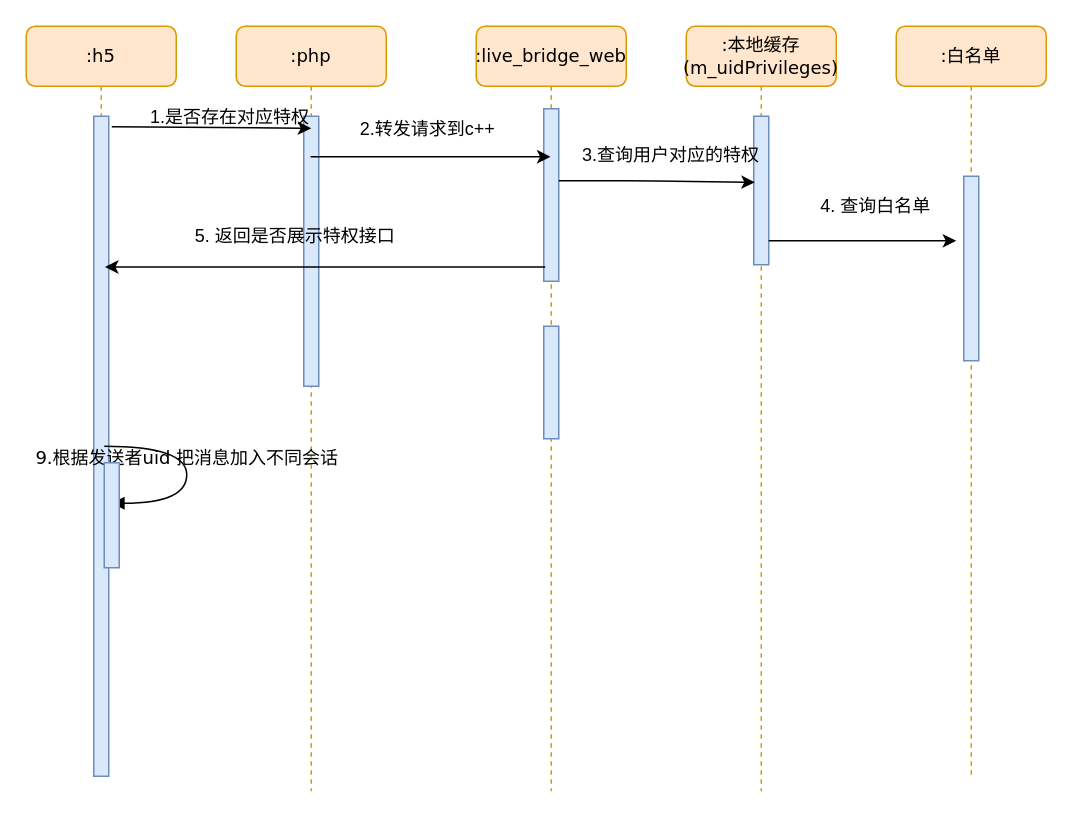
Earlier version of the draw.io diagram arch/live/Copy of initSalesSessions.drawio (zhangchuhu/drawio). Source tidied: cells renumbered, new cells numbered last; positions are measured from the earlier drawing's top-left corner, leaving out a move shared by most shapes. Both pictures are drawn from the tidied source at 150%, with x=0, y=0 at pixel (26, 26).
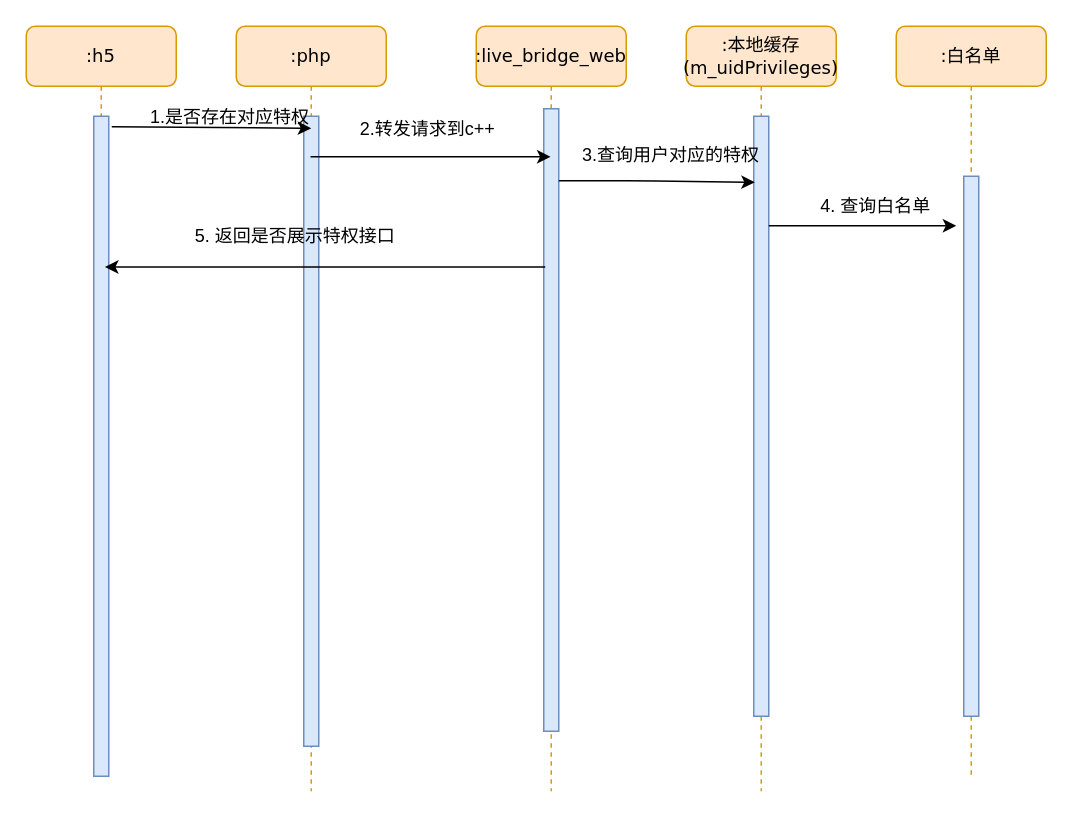
The same diagram, later.

The change refers to these unchanged cells:
```xml
<mxCell id="2" value=":php" style="shape=umlLifeline;perimeter=lifelinePerimeter;whiteSpace=wrap;html=1;rounded=1;shadow=0;comic=0;labelBackgroundColor=none;strokeWidth=1;fontFamily=Verdana;fontSize=12;align=center;fillColor=#ffe6cc;strokeColor=#d79b00;" parent="1" vertex="1">
  <mxGeometry x="140" width="100" height="510" as="geometry" />
</mxCell>
<mxCell id="4" value=":live_bridge_web" style="shape=umlLifeline;perimeter=lifelinePerimeter;whiteSpace=wrap;html=1;rounded=1;shadow=0;comic=0;labelBackgroundColor=none;strokeWidth=1;fontFamily=Verdana;fontSize=12;align=center;fillColor=#ffe6cc;strokeColor=#d79b00;" parent="1" vertex="1">
  <mxGeometry x="300" width="100" height="510" as="geometry" />
</mxCell>
<mxCell id="7" value=":本地缓存(m_uidPrivileges)" style="shape=umlLifeline;perimeter=lifelinePerimeter;whiteSpace=wrap;html=1;rounded=1;shadow=0;comic=0;labelBackgroundColor=none;strokeWidth=1;fontFamily=Verdana;fontSize=12;align=center;fillColor=#ffe6cc;strokeColor=#d79b00;" parent="1" vertex="1">
  <mxGeometry x="440" width="100" height="510" as="geometry" />
</mxCell>
```

Diff of the diagram source:
```diff
@@
     <mxCell id="3" style="html=1;perimeter=orthogonalPerimeter;rounded=0;shadow=0;comic=0;labelBackgroundColor=none;strokeWidth=1;fontFamily=Verdana;fontSize=12;align=center;fillColor=#dae8fc;strokeColor=#6c8ebf;" parent="2" vertex="1">
-      <mxGeometry x="45" y="60" width="10" height="180" as="geometry" />
+      <mxGeometry x="45" y="60" width="10" height="420" as="geometry" />
     </mxCell>
@@
-    <mxCell id="5" style="html=1;perimeter=orthogonalPerimeter;rounded=0;shadow=0;comic=0;labelBackgroundColor=none;strokeWidth=1;fontFamily=Verdana;fontSize=12;align=center;fillColor=#dae8fc;strokeColor=#6c8ebf;" parent="4" vertex="1">
-      <mxGeometry x="45" y="200" width="10" height="75" as="geometry" />
-    </mxCell>
     <mxCell id="6" style="html=1;perimeter=orthogonalPerimeter;rounded=0;shadow=0;comic=0;labelBackgroundColor=none;strokeWidth=1;fontFamily=Verdana;fontSize=12;align=center;fillColor=#dae8fc;strokeColor=#6c8ebf;" parent="4" vertex="1">
-      <mxGeometry x="45" y="55" width="10" height="115" as="geometry" />
+      <mxGeometry x="45" y="55" width="10" height="415" as="geometry" />
     </mxCell>
@@
     <mxCell id="8" style="html=1;points=[];perimeter=orthogonalPerimeter;rounded=0;shadow=0;comic=0;labelBackgroundColor=none;strokeWidth=1;fontFamily=Verdana;fontSize=12;align=center;fillColor=#dae8fc;strokeColor=#6c8ebf;" parent="7" vertex="1">
-      <mxGeometry x="45" y="60" width="10" height="99" as="geometry" />
+      <mxGeometry x="45" y="60" width="10" height="400" as="geometry" />
     </mxCell>
@@
     <mxCell id="12" style="html=1;points=[];perimeter=orthogonalPerimeter;rounded=0;shadow=0;comic=0;labelBackgroundColor=none;strokeWidth=1;fontFamily=Verdana;fontSize=12;align=center;fillColor=#dae8fc;strokeColor=#6c8ebf;" parent="1" vertex="1">
-      <mxGeometry x="625" y="100" width="10" height="123" as="geometry" />
+      <mxGeometry x="625" y="100" width="10" height="360" as="geometry" />
     </mxCell>
-    <mxCell id="13" value="9.根据发送者uid 把消息加入不同会话" style="html=1;verticalAlign=bottom;endArrow=block;labelBackgroundColor=none;fontFamily=Verdana;fontSize=12;elbow=vertical;edgeStyle=orthogonalEdgeStyle;curved=1;entryX=1;entryY=0.286;entryPerimeter=0;exitX=1.038;exitY=0.345;exitPerimeter=0;" parent="1" edge="1">
-      <mxGeometry relative="1" as="geometry">
-        <mxPoint x="52" y="280" as="sourcePoint" />
-        <mxPoint x="57" y="318" as="targetPoint" />
-        <Array as="points">
-          <mxPoint x="107" y="280" />
-          <mxPoint x="107" y="318" />
-        </Array>
-      </mxGeometry>
-    </mxCell>
-    <mxCell id="14" style="html=1;perimeter=orthogonalPerimeter;rounded=0;shadow=0;comic=0;labelBackgroundColor=none;strokeWidth=1;fontFamily=Verdana;fontSize=12;align=center;fillColor=#dae8fc;strokeColor=#6c8ebf;" parent="1" vertex="1">
-      <mxGeometry x="52" y="291" width="10" height="70" as="geometry" />
-    </mxCell>
-    <mxCell id="15" style="endArrow=classic;html=1;entryX=-0.5;entryY=0.35;entryDx=0;entryDy=0;entryPerimeter=0;" parent="1" edge="1" source="8" target="12">
-      <mxGeometry relative="1" as="geometry" />
+    <mxCell id="15" style="endArrow=classic;html=1;entryX=-0.5;entryY=0.35;entryDx=0;entryDy=0;entryPerimeter=0;" parent="1" edge="1">
+      <mxGeometry relative="1" as="geometry">
+        <mxPoint x="495" y="133" as="sourcePoint" />
+        <mxPoint x="620" y="133" as="targetPoint" />
+        <Array as="points">
+          <mxPoint x="570" y="133" />
+        </Array>
+      </mxGeometry>
     </mxCell>
```
